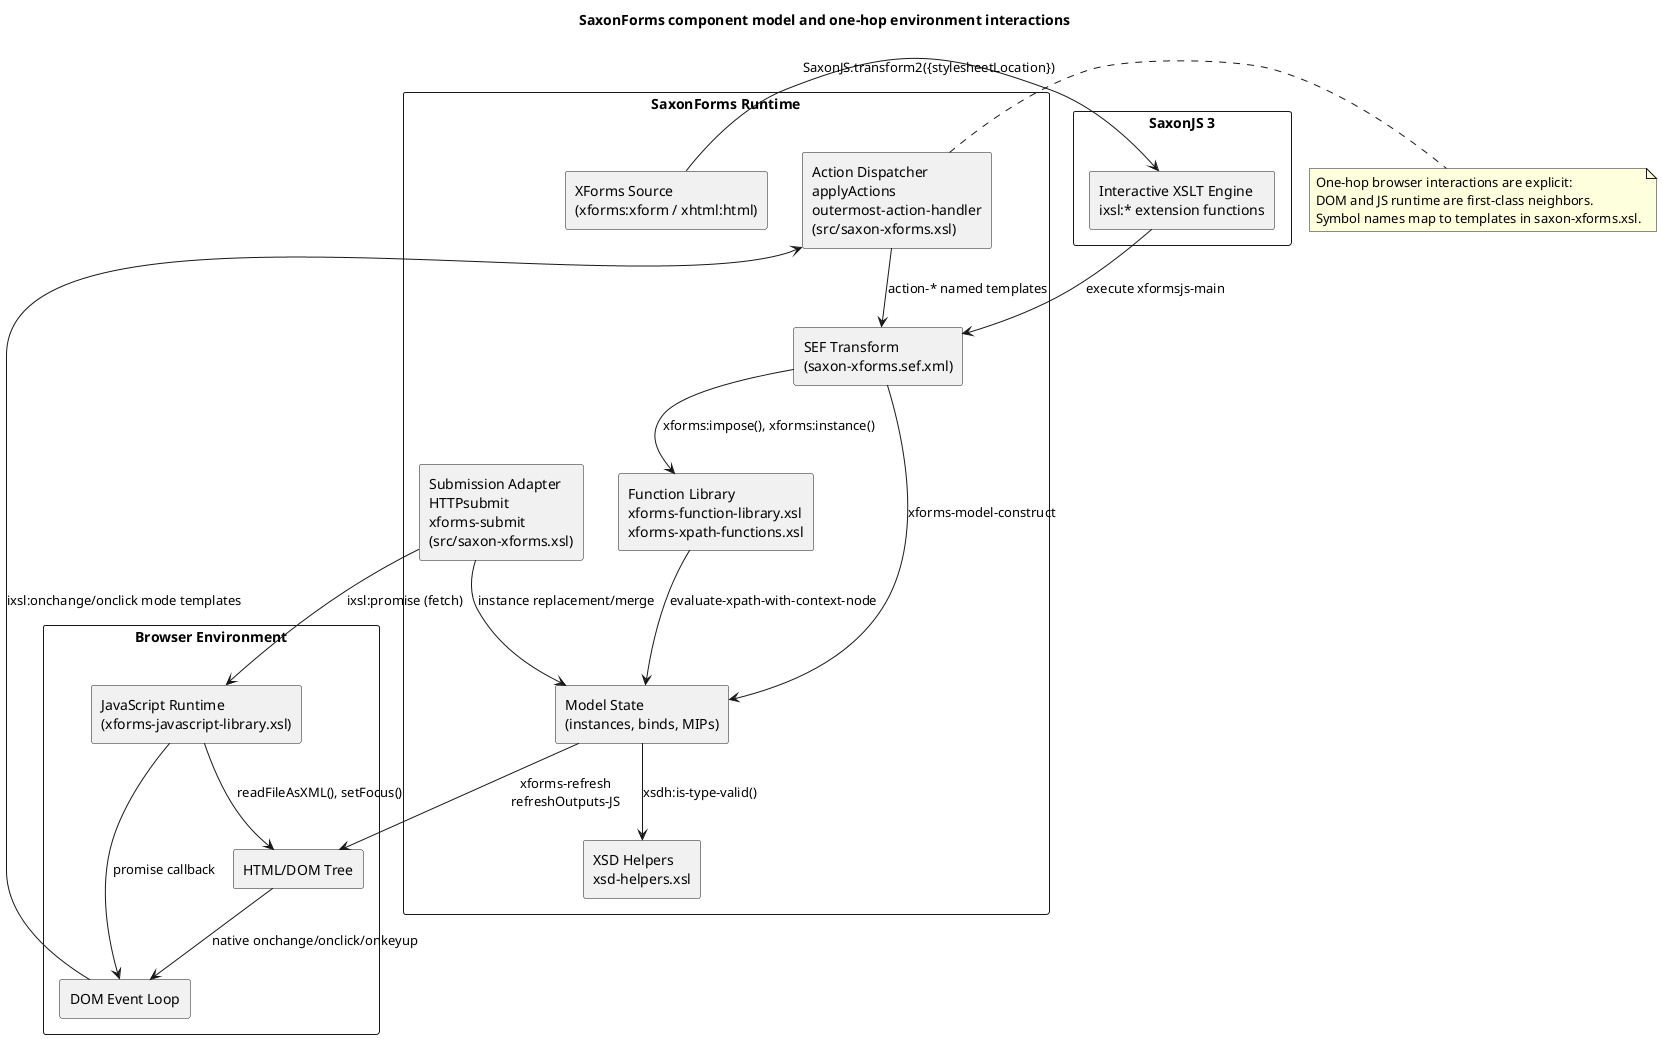
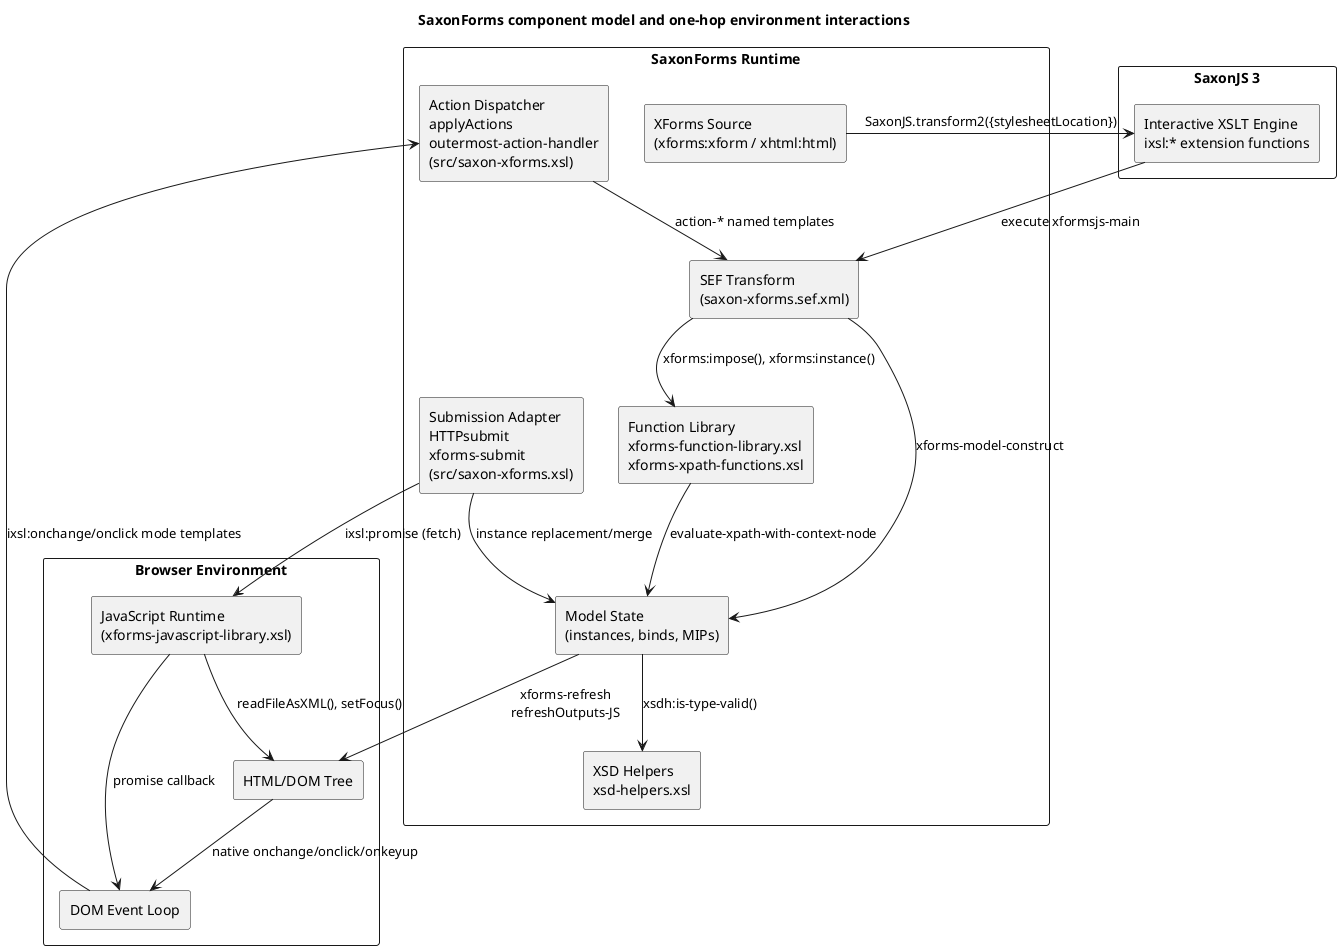
@startuml
title SaxonForms component model and one-hop environment interactions
skinparam componentStyle rectangle
skinparam packageStyle rectangle

package "Browser Environment" {
  [HTML/DOM Tree] as DOM
  [DOM Event Loop] as EVENT_LOOP
  [JavaScript Runtime\n(xforms-javascript-library.xsl)] as JS_RUNTIME
}

package "SaxonForms Runtime" {
  [XForms Source\n(xforms:xform / xhtml:html)] as XFORMS_SOURCE
  [SEF Transform\n(saxon-xforms.sef.xml)] as SEF
  [Model State\n(instances, binds, MIPs)] as MODEL_STATE
  [Action Dispatcher\napplyActions\noutermost-action-handler\n(src/saxon-xforms.xsl)] as ACTIONS
  [Submission Adapter\nHTTPsubmit\nxforms-submit\n(src/saxon-xforms.xsl)] as SUBMISSION
  [Function Library\nxforms-function-library.xsl\nxforms-xpath-functions.xsl] as FUNC_LIB
  [XSD Helpers\nxsd-helpers.xsl] as XSD
}

package "SaxonJS 3" {
  [Interactive XSLT Engine\nixsl:* extension functions] as SAXONJS
}

XFORMS_SOURCE --> SAXONJS : "SaxonJS.transform2({stylesheetLocation})"
SAXONJS --> SEF : execute xformsjs-main
SEF --> MODEL_STATE : xforms-model-construct
SEF --> FUNC_LIB : xforms:impose(), xforms:instance()
FUNC_LIB --> MODEL_STATE : evaluate-xpath-with-context-node
MODEL_STATE --> XSD : xsdh:is-type-valid()
MODEL_STATE --> DOM : xforms-refresh\nrefreshOutputs-JS
DOM --> EVENT_LOOP : native onchange/onclick/onkeyup
EVENT_LOOP --> ACTIONS : ixsl:onchange/onclick mode templates
ACTIONS --> SEF : action-* named templates
SUBMISSION --> JS_RUNTIME : ixsl:promise (fetch)
SUBMISSION --> MODEL_STATE : instance replacement/merge
JS_RUNTIME --> EVENT_LOOP : promise callback
JS_RUNTIME --> DOM : readFileAsXML(), setFocus()

- note right of ACTIONS
- One-hop browser interactions are explicit:
- DOM and JS runtime are first-class neighbors.
- Symbol names map to templates in saxon-xforms.xsl.
- end note
@enduml
